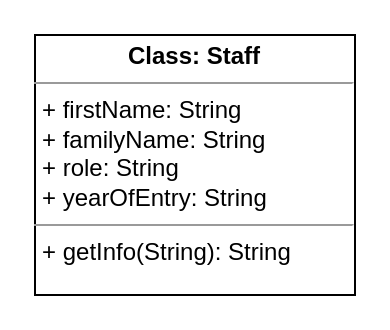
Above: staff.drawio in LordDudee/02d_Objekte_CodeLab_2 (draw.io), before the change. Source tidied: cells renumbered, new cells numbered last; positions are measured from the earlier drawing's top-left corner, leaving out a move shared by most shapes. Both pictures are drawn from the tidied source at 200%, with x=0, y=0 at pixel (34, 34).
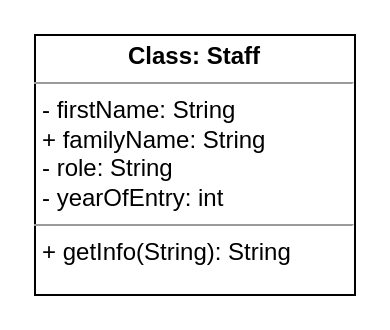
The same page after the edit.

Diff of the diagram source:
```diff
@@
 <mxGraphModel>
   <root>
     <mxCell id="0" />
     <mxCell id="1" parent="0" />
-    <mxCell id="2" value="&lt;p style=&quot;margin: 0px ; margin-top: 4px ; text-align: center&quot;&gt;&lt;b&gt;Class: Staff&lt;/b&gt;&lt;/p&gt;&lt;hr size=&quot;1&quot;&gt;&lt;p style=&quot;margin: 0px ; margin-left: 4px&quot;&gt;+ firstName: String&lt;/p&gt;&lt;p style=&quot;margin: 0px ; margin-left: 4px&quot;&gt;+ familyName: String&lt;br&gt;&lt;/p&gt;&lt;p style=&quot;margin: 0px ; margin-left: 4px&quot;&gt;+ role: String&lt;br&gt;&lt;/p&gt;&lt;p style=&quot;margin: 0px ; margin-left: 4px&quot;&gt;+ yearOfEntry: String&lt;br&gt;&lt;/p&gt;&lt;hr size=&quot;1&quot;&gt;&lt;p style=&quot;margin: 0px ; margin-left: 4px&quot;&gt;+ getInfo(String): String&lt;/p&gt;" style="verticalAlign=top;align=left;overflow=fill;fontSize=12;fontFamily=Helvetica;html=1;" parent="1" vertex="1">
+    <mxCell id="2" value="&lt;p style=&quot;margin: 0px ; margin-top: 4px ; text-align: center&quot;&gt;&lt;b&gt;Class: Staff&lt;/b&gt;&lt;/p&gt;&lt;hr size=&quot;1&quot;&gt;&lt;p style=&quot;margin: 0px ; margin-left: 4px&quot;&gt;- firstName: String&lt;/p&gt;&lt;p style=&quot;margin: 0px ; margin-left: 4px&quot;&gt;+ familyName: String&lt;br&gt;&lt;/p&gt;&lt;p style=&quot;margin: 0px ; margin-left: 4px&quot;&gt;- role: String&lt;br&gt;&lt;/p&gt;&lt;p style=&quot;margin: 0px ; margin-left: 4px&quot;&gt;- yearOfEntry: int&lt;br&gt;&lt;/p&gt;&lt;hr size=&quot;1&quot;&gt;&lt;p style=&quot;margin: 0px ; margin-left: 4px&quot;&gt;+ getInfo(String): String&lt;/p&gt;" style="verticalAlign=top;align=left;overflow=fill;fontSize=12;fontFamily=Helvetica;html=1;" parent="1" vertex="1">
       <mxGeometry width="160" height="130" as="geometry" />
     </mxCell>
   </root>
 </mxGraphModel>
```
